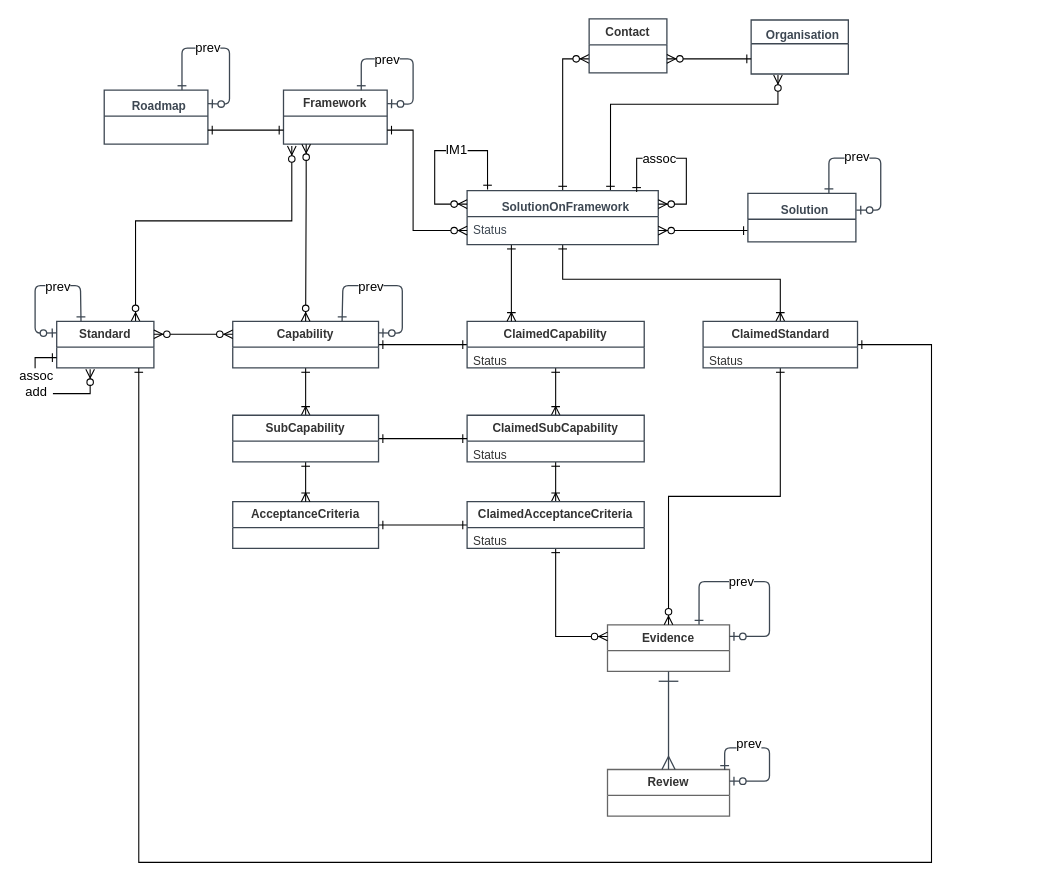
The draw.io diagram page "BC ERD" (1 of 9) of beta-private/api/NHSD.GPITF.BuyingCatalog/NHSD.GPITF.BuyingCatalog.Docs/BuyingCatalog.drawio in nhs-digital-gp-it-futures/NHSBuyingCatalogue, before the edit. Source tidied: cells renumbered, new cells numbered last; positions are measured from the earlier drawing's top-left corner, leaving out a move shared by most shapes. Both pictures are drawn from the tidied source at 108%, with x=0, y=0 at pixel (35, 18).
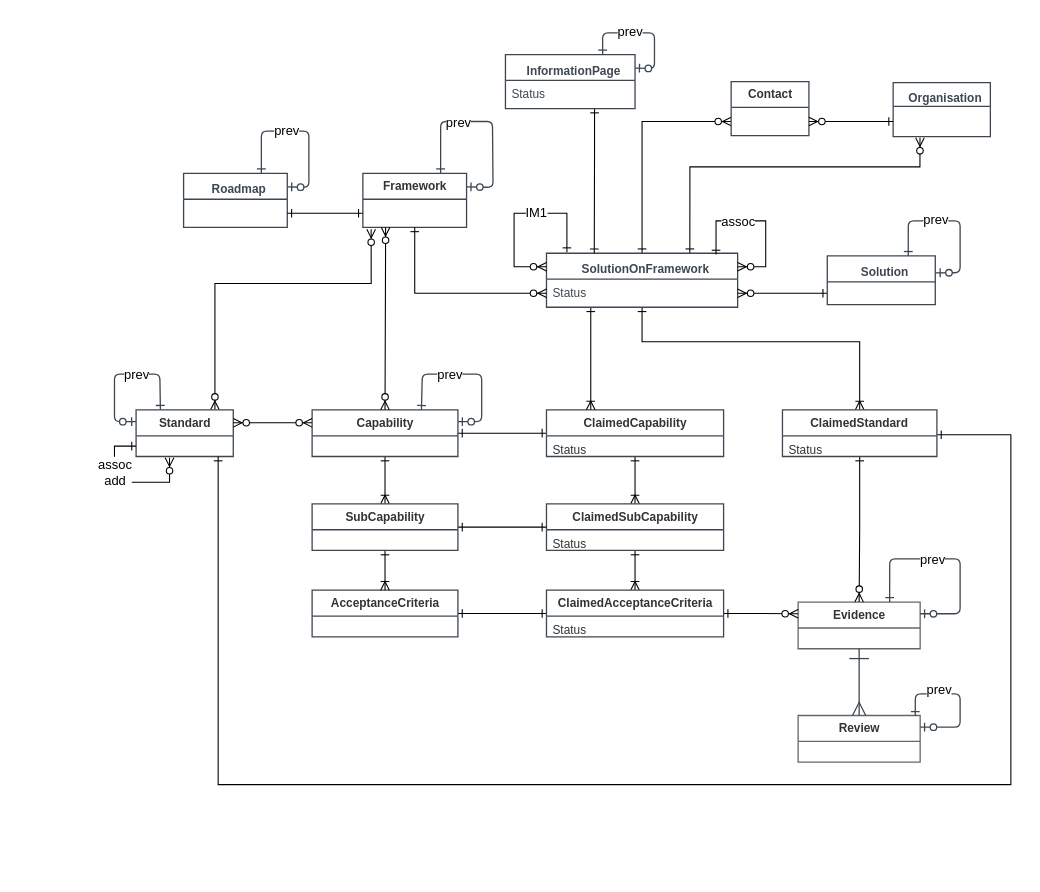
After the change.

Commit message:
- added InformationPage (formerly known as SolutionPage)

The change refers to these unchanged cells:
```xml
<mxCell id="13" style="strokeColor=none;align=left;verticalAlign=top;spacingLeft=4;spacingRight=4;overflow=hidden;points=[[0,0.5],[1,0.5]];portConstraint=eastwest;swimlaneFillColor=#ffffff;fontSize=11;fillColor=none;strokeOpacity=100;fillOpacity=100;" parent="12" vertex="1">
  <mxGeometry y="24" width="90" height="19.2" as="geometry" />
</mxCell>
<mxCell id="18" style="strokeColor=none;align=left;verticalAlign=top;spacingLeft=4;spacingRight=4;overflow=hidden;points=[[0,0.5],[1,0.5]];portConstraint=eastwest;swimlaneFillColor=#ffffff;fontSize=11;fillColor=none;strokeOpacity=100;fillOpacity=100;" parent="17" vertex="1">
  <mxGeometry y="24" width="96" height="26" as="geometry" />
</mxCell>
<mxCell id="41" value="Status" style="strokeColor=none;align=left;verticalAlign=top;spacingLeft=4;spacingRight=4;overflow=hidden;points=[[0,0.5],[1,0.5]];portConstraint=eastwest;swimlaneFillColor=#ffffff;fontSize=11;fontColor=#3d4752;fillColor=none;strokeOpacity=100;fillOpacity=100;" parent="40" vertex="1">
  <mxGeometry y="24" width="177" height="26" as="geometry" />
</mxCell>
<mxCell id="48" style="strokeColor=none;align=left;verticalAlign=top;spacingLeft=4;spacingRight=4;overflow=hidden;points=[[0,0.5],[1,0.5]];portConstraint=eastwest;swimlaneFillColor=#ffffff;fontSize=11;fillColor=none;strokeOpacity=100;fillOpacity=100;" parent="47" vertex="1">
  <mxGeometry y="22" width="90" height="28" as="geometry" />
</mxCell>
```

The edit, as a diff of the source:
```diff
@@
     <mxCell id="4" value="Capability" style="html=1;whiteSpace=wrap;swimlane;horizontal=1;swimlaneFillColor=#ffffff;startSize=24;strokeOpacity=100;fillOpacity=100;strokeColor=#3d4752;strokeWidth=1.2;fontSize=11;fontColor=#333333;align=center;fillColor=#ffffff;" parent="1" vertex="1">
-      <mxGeometry x="183" y="280" width="135" height="43.2" as="geometry" />
+      <mxGeometry x="256.5" y="362" width="135" height="43.2" as="geometry" />
     </mxCell>
@@
     <mxCell id="6" style="html=1;jettySize=18;fontSize=11;strokeColor=#3d4752;strokeOpacity=100;strokeWidth=1.2;rounded=1;arcSize=10;startArrow=ERone;startSize=6;endArrow=ERzeroToOne;endSize=6;entryX=1;entryY=0.25;entryDx=0;entryDy=0;exitX=0.75;exitY=0;exitDx=0;exitDy=0;" parent="1" edge="1" source="4" target="4">
       <mxGeometry relative="1" as="geometry">
         <Array as="points">
-          <mxPoint x="285" y="247" />
-          <mxPoint x="340" y="247" />
-          <mxPoint x="340" y="291" />
+          <mxPoint x="358.5" y="329" />
+          <mxPoint x="413.5" y="329" />
+          <mxPoint x="413.5" y="373" />
         </Array>
       </mxGeometry>
     </mxCell>
@@
     <mxCell id="9" value="ClaimedCapability" style="html=1;whiteSpace=wrap;swimlane;horizontal=1;swimlaneFillColor=#ffffff;startSize=24;strokeOpacity=100;fillOpacity=100;strokeColor=#3d4752;strokeWidth=1.2;fontSize=11;fontColor=#333333;align=center;fillColor=#ffffff;" parent="1" vertex="1">
-      <mxGeometry x="400" y="280" width="164" height="43.2" as="geometry" />
+      <mxGeometry x="473.5" y="362" width="164" height="43.2" as="geometry" />
     </mxCell>
@@
     <mxCell id="11" style="edgeStyle=orthogonalEdgeStyle;rounded=0;jettySize=auto;html=1;entryX=0.08;entryY=1.068;entryDx=0;entryDy=0;entryPerimeter=0;startArrow=ERzeroToMany;startFill=1;endArrow=ERzeroToMany;endFill=1;" parent="1" edge="1" source="12" target="18">
       <mxGeometry relative="1" as="geometry">
         <Array as="points">
-          <mxPoint x="93" y="187" />
-          <mxPoint x="238" y="187" />
+          <mxPoint x="166.5" y="245" />
+          <mxPoint x="311.5" y="245" />
         </Array>
       </mxGeometry>
     </mxCell>
     <mxCell id="12" value="Standard" style="html=1;whiteSpace=wrap;swimlane;horizontal=1;swimlaneFillColor=#ffffff;startSize=24;strokeOpacity=100;fillOpacity=100;strokeColor=#3d4752;strokeWidth=1.2;fontSize=11;fontColor=#333333;align=center;fillColor=#ffffff;" parent="1" vertex="1">
-      <mxGeometry x="20" y="280" width="90" height="43.2" as="geometry" />
+      <mxGeometry x="93.5" y="362" width="90" height="43.2" as="geometry" />
     </mxCell>
@@
     <mxCell id="17" value="Framework" style="html=1;whiteSpace=wrap;swimlane;horizontal=1;swimlaneFillColor=#ffffff;startSize=24;strokeOpacity=100;fillOpacity=100;strokeColor=#3d4752;strokeWidth=1.2;fontSize=11;fontColor=#333333;align=center;fillColor=#ffffff;" parent="1" vertex="1">
-      <mxGeometry x="230" y="66" width="96" height="50" as="geometry" />
+      <mxGeometry x="303.5" y="143" width="96" height="50" as="geometry" />
     </mxCell>
@@
     <mxCell id="19" style="html=1;jettySize=18;fontSize=11;strokeColor=#3d4752;strokeOpacity=100;strokeWidth=1.2;rounded=1;arcSize=10;startArrow=ERone;startSize=6;endArrow=ERzeroToOne;endSize=6;exitX=0.75;exitY=0;entryX=1;entryY=0.25;exitDx=0;exitDy=0;entryDx=0;entryDy=0;" parent="1" edge="1" source="17" target="17">
       <mxGeometry relative="1" as="geometry">
         <Array as="points">
-          <mxPoint x="302" y="37" />
-          <mxPoint x="350" y="37" />
-          <mxPoint x="350" y="79" />
+          <mxPoint x="375.5" y="95" />
+          <mxPoint x="423.5" y="95" />
+          <mxPoint x="424" y="156" />
         </Array>
       </mxGeometry>
     </mxCell>
@@
     <mxCell id="21" value="Evidence" style="html=1;whiteSpace=wrap;swimlane;horizontal=1;swimlaneFillColor=#ffffff;startSize=24;strokeOpacity=100;fillOpacity=100;strokeColor=#666666;strokeWidth=1.2;fontSize=11;fontColor=#333333;align=center;fillColor=#ffffff;" parent="1" vertex="1">
-      <mxGeometry x="530" y="561" width="113" height="43.2" as="geometry" />
+      <mxGeometry x="706.5" y="540" width="113" height="43.2" as="geometry" />
     </mxCell>
     <mxCell id="22" style="html=1;jettySize=18;fontSize=11;strokeColor=#3d4752;strokeOpacity=100;strokeWidth=1.2;rounded=1;arcSize=10;edgeStyle=orthogonalEdgeStyle;startArrow=ERone;startSize=6;endArrow=ERzeroToOne;endSize=6;exitX=0.75;exitY=0;entryX=1;entryY=0.25;entryDx=0;entryDy=0;exitDx=0;exitDy=0;" parent="1" edge="1" source="21" target="21">
       <mxGeometry relative="1" as="geometry">
         <Array as="points">
-          <mxPoint x="615" y="521" />
-          <mxPoint x="680" y="521" />
-          <mxPoint x="680" y="572" />
+          <mxPoint x="791.5" y="500" />
+          <mxPoint x="856.5" y="500" />
+          <mxPoint x="856.5" y="551" />
         </Array>
       </mxGeometry>
     </mxCell>
@@
     <mxCell id="24" value="Review" style="html=1;whiteSpace=wrap;swimlane;horizontal=1;swimlaneFillColor=#ffffff;startSize=24;strokeOpacity=100;fillOpacity=100;strokeColor=#666666;strokeWidth=1.2;fontSize=11;fontColor=#333333;align=center;fillColor=#ffffff;" parent="1" vertex="1">
-      <mxGeometry x="530" y="695" width="113" height="43.2" as="geometry" />
+      <mxGeometry x="706.5" y="645" width="113" height="43.2" as="geometry" />
     </mxCell>
@@
     <mxCell id="26" style="html=1;jettySize=18;fontSize=11;strokeColor=#3d4752;strokeOpacity=100;strokeWidth=1.2;rounded=1;arcSize=10;startArrow=ERone;startSize=6;endArrow=ERzeroToOne;endSize=6;entryX=1.004;entryY=0.347;entryPerimeter=0;exitX=0.75;exitY=0;exitDx=0;exitDy=0;entryDx=0;entryDy=0;" parent="1" edge="1" source="43" target="43">
       <mxGeometry relative="1" as="geometry">
         <Array as="points">
-          <mxPoint x="735" y="129" />
-          <mxPoint x="783" y="129" />
-          <mxPoint x="783" y="177" />
+          <mxPoint x="808.5" y="187" />
+          <mxPoint x="856.5" y="187" />
+          <mxPoint x="856.5" y="235" />
         </Array>
       </mxGeometry>
     </mxCell>
@@
     <mxCell id="29" value="AcceptanceCriteria" style="html=1;whiteSpace=wrap;swimlane;horizontal=1;swimlaneFillColor=#ffffff;startSize=24;strokeOpacity=100;fillOpacity=100;strokeColor=#3d4752;strokeWidth=1.2;fontSize=11;fontColor=#333333;align=center;fillColor=#ffffff;" parent="1" vertex="1">
-      <mxGeometry x="183" y="447" width="135" height="43.2" as="geometry" />
+      <mxGeometry x="256.5" y="529" width="135" height="43.2" as="geometry" />
     </mxCell>
@@
     <mxCell id="31" style="html=1;jettySize=18;fontSize=11;strokeColor=#3d4752;strokeOpacity=100;strokeWidth=1.2;rounded=1;arcSize=10;startArrow=ERone;startSize=6;endArrow=ERzeroToOne;endSize=6;exitX=0.75;exitY=0;exitDx=0;exitDy=0;entryX=1;entryY=0.25;entryDx=0;entryDy=0;" parent="1" edge="1" source="33" target="33">
       <mxGeometry relative="1" as="geometry">
         <Array as="points">
-          <mxPoint x="136" y="27" />
-          <mxPoint x="180" y="27" />
-          <mxPoint x="180" y="79" />
+          <mxPoint x="209.5" y="104" />
+          <mxPoint x="253.5" y="104" />
+          <mxPoint x="253.5" y="156" />
         </Array>
       </mxGeometry>
     </mxCell>
@@
     <mxCell id="33" value="Roadmap" style="html=1;whiteSpace=wrap;swimlane;horizontal=1;swimlaneFillColor=#ffffff;startSize=24;strokeOpacity=100;fillOpacity=100;strokeColor=#3d4752;strokeWidth=1.2;fontSize=11;fontColor=#3d4752;align=center;spacingLeft=6;spacingTop=6;fillColor=#ffffff;" parent="1" vertex="1">
-      <mxGeometry x="64" y="66" width="96" height="50" as="geometry" />
+      <mxGeometry x="137.5" y="143" width="96" height="50" as="geometry" />
     </mxCell>
@@
     <mxCell id="37" style="edgeStyle=orthogonalEdgeStyle;rounded=0;jettySize=auto;html=1;entryX=0.276;entryY=1.036;entryDx=0;entryDy=0;entryPerimeter=0;startArrow=ERone;startFill=0;endArrow=ERzeroToMany;endFill=1;exitX=0.75;exitY=0;exitDx=0;exitDy=0;" parent="1" edge="1" source="40" target="48">
       <mxGeometry relative="1" as="geometry">
         <Array as="points">
-          <mxPoint x="533" y="79" />
-          <mxPoint x="688" y="79" />
+          <mxPoint x="606.5" y="137" />
+          <mxPoint x="819.5" y="137" />
         </Array>
       </mxGeometry>
     </mxCell>
     <mxCell id="38" style="edgeStyle=orthogonalEdgeStyle;rounded=0;jettySize=auto;html=1;entryX=0.25;entryY=0;entryDx=0;entryDy=0;startArrow=ERone;startFill=0;startSize=6;endArrow=ERoneToMany;endFill=0;endSize=6;" parent="1" edge="1" source="40" target="9">
       <mxGeometry relative="1" as="geometry">
         <Array as="points">
-          <mxPoint x="441" y="261" />
-          <mxPoint x="441" y="261" />
+          <mxPoint x="514.5" y="319" />
+          <mxPoint x="514.5" y="319" />
         </Array>
       </mxGeometry>
     </mxCell>
     <mxCell id="39" style="edgeStyle=orthogonalEdgeStyle;rounded=0;jettySize=auto;html=1;entryX=0.5;entryY=0;entryDx=0;entryDy=0;startArrow=ERone;startFill=0;startSize=6;endArrow=ERoneToMany;endFill=0;endSize=6;" parent="1" edge="1" source="40" target="58">
       <mxGeometry relative="1" as="geometry">
         <Array as="points">
-          <mxPoint x="489" y="241" />
-          <mxPoint x="690" y="241" />
+          <mxPoint x="562.5" y="299" />
+          <mxPoint x="763.5" y="299" />
         </Array>
       </mxGeometry>
     </mxCell>
     <mxCell id="40" value="SolutionOnFramework" style="html=1;whiteSpace=wrap;swimlane;horizontal=1;swimlaneFillColor=#ffffff;startSize=24;strokeOpacity=100;fillOpacity=100;strokeColor=#3d4752;strokeWidth=1.2;fontSize=11;fontColor=#3d4752;align=center;spacingLeft=6;spacingTop=6;fillColor=#ffffff;" parent="1" vertex="1">
-      <mxGeometry x="400" y="159" width="177" height="50" as="geometry" />
+      <mxGeometry x="473.5" y="217" width="177" height="50" as="geometry" />
     </mxCell>
@@
     <mxCell id="43" value="Solution" style="html=1;whiteSpace=wrap;swimlane;horizontal=1;swimlaneFillColor=#ffffff;startSize=24;strokeOpacity=100;fillOpacity=100;strokeColor=#3d4752;strokeWidth=1.2;fontSize=11;fontColor=#3d4752;align=center;spacingLeft=6;spacingTop=6;fillColor=#ffffff;" parent="1" vertex="1">
-      <mxGeometry x="660" y="161.5" width="100" height="45" as="geometry" />
+      <mxGeometry x="733.5" y="219.5" width="100" height="45" as="geometry" />
     </mxCell>
@@
     <mxCell id="45" value="Contact" style="html=1;whiteSpace=wrap;swimlane;horizontal=1;swimlaneFillColor=#ffffff;startSize=24;strokeOpacity=100;fillOpacity=100;strokeColor=#3d4752;strokeWidth=1.2;fontSize=11;fontColor=#333333;align=center;fillColor=#ffffff;" parent="1" vertex="1">
-      <mxGeometry x="513" width="72" height="50" as="geometry" />
+      <mxGeometry x="644.5" y="58" width="72" height="50" as="geometry" />
     </mxCell>
@@
     <mxCell id="47" value="Organisation" style="html=1;whiteSpace=wrap;swimlane;horizontal=1;swimlaneFillColor=#ffffff;startSize=22;strokeOpacity=100;fillOpacity=100;strokeColor=#3d4752;strokeWidth=1.2;fontSize=11;fontColor=#3d4752;align=center;spacingLeft=6;spacingTop=6;fillColor=#ffffff;" parent="1" vertex="1">
-      <mxGeometry x="663" y="1" width="90" height="50" as="geometry" />
+      <mxGeometry x="794.5" y="59" width="90" height="50" as="geometry" />
     </mxCell>
@@
     <mxCell id="49" style="edgeStyle=orthogonalEdgeStyle;rounded=0;jettySize=auto;html=1;startArrow=ERone;startFill=0;endArrow=ERzeroToMany;endFill=1;entryX=0;entryY=0.5;entryDx=0;entryDy=0;" parent="1" edge="1" source="18" target="41">
       <mxGeometry relative="1" as="geometry">
         <Array as="points">
-          <mxPoint x="350" y="103" />
-          <mxPoint x="350" y="196" />
+          <mxPoint x="351.5" y="254" />
         </Array>
       </mxGeometry>
     </mxCell>
@@
     <mxCell id="51" style="edgeStyle=orthogonalEdgeStyle;rounded=0;orthogonalLoop=1;jettySize=auto;html=1;entryX=1;entryY=0.25;entryDx=0;entryDy=0;startArrow=ERone;startFill=0;endArrow=ERzeroToMany;endFill=1;exitX=0.887;exitY=0.024;exitDx=0;exitDy=0;exitPerimeter=0;" parent="1" edge="1" source="40" target="40">
       <mxGeometry relative="1" as="geometry">
         <Array as="points">
-          <mxPoint x="557" y="129" />
-          <mxPoint x="603" y="129" />
-          <mxPoint x="603" y="171" />
+          <mxPoint x="630.5" y="187" />
+          <mxPoint x="676.5" y="187" />
+          <mxPoint x="676.5" y="229" />
         </Array>
       </mxGeometry>
     </mxCell>
@@
     <mxCell id="53" style="edgeStyle=orthogonalEdgeStyle;rounded=0;orthogonalLoop=1;jettySize=auto;html=1;entryX=0;entryY=0.25;entryDx=0;entryDy=0;startArrow=ERone;startFill=0;endArrow=ERzeroToMany;endFill=1;exitX=0.107;exitY=-0.02;exitDx=0;exitDy=0;exitPerimeter=0;" parent="1" edge="1" source="40" target="40">
       <mxGeometry relative="1" as="geometry">
         <Array as="points">
-          <mxPoint x="419" y="122" />
-          <mxPoint x="370" y="122" />
-          <mxPoint x="370" y="171" />
+          <mxPoint x="492.5" y="180" />
+          <mxPoint x="443.5" y="180" />
+          <mxPoint x="443.5" y="229" />
         </Array>
       </mxGeometry>
     </mxCell>
@@
     <mxCell id="55" style="edgeStyle=orthogonalEdgeStyle;rounded=0;jettySize=auto;html=1;entryX=0.5;entryY=0;entryDx=0;entryDy=0;startArrow=ERzeroToMany;startFill=1;endArrow=ERzeroToMany;endFill=1;" parent="1" edge="1" source="18" target="4">
       <mxGeometry relative="1" as="geometry">
         <Array as="points">
-          <mxPoint x="251" y="157" />
-          <mxPoint x="251" y="157" />
+          <mxPoint x="324.5" y="215" />
+          <mxPoint x="324.5" y="215" />
         </Array>
       </mxGeometry>
     </mxCell>
@@
     <mxCell id="57" style="edgeStyle=orthogonalEdgeStyle;rounded=0;jettySize=auto;html=1;startArrow=ERone;startFill=0;startSize=6;endArrow=ERone;endFill=0;endSize=6;" parent="1" edge="1" source="58" target="13">
       <mxGeometry relative="1" as="geometry">
         <Array as="points">
-          <mxPoint x="830" y="302" />
-          <mxPoint x="830" y="781" />
-          <mxPoint x="96" y="781" />
+          <mxPoint x="903.5" y="385" />
+          <mxPoint x="903.5" y="709" />
+          <mxPoint x="169.5" y="709" />
         </Array>
       </mxGeometry>
     </mxCell>
     <mxCell id="58" value="ClaimedStandard" style="html=1;whiteSpace=wrap;swimlane;horizontal=1;swimlaneFillColor=#ffffff;startSize=24;strokeOpacity=100;fillOpacity=100;strokeColor=#3d4752;strokeWidth=1.2;fontSize=11;fontColor=#333333;align=center;fillColor=#ffffff;" parent="1" vertex="1">
-      <mxGeometry x="618.5" y="280" width="143" height="43.2" as="geometry" />
+      <mxGeometry x="692" y="362" width="143" height="43.2" as="geometry" />
     </mxCell>
@@
     <mxCell id="61" value="ClaimedSubCapability" style="html=1;whiteSpace=wrap;swimlane;horizontal=1;swimlaneFillColor=#ffffff;startSize=24;strokeOpacity=100;fillOpacity=100;strokeColor=#3d4752;strokeWidth=1.2;fontSize=11;fontColor=#333333;align=center;fillColor=#ffffff;" parent="1" vertex="1">
-      <mxGeometry x="400" y="367" width="164" height="43.2" as="geometry" />
+      <mxGeometry x="473.5" y="449" width="164" height="43.2" as="geometry" />
     </mxCell>
@@
     <mxCell id="64" value="ClaimedAcceptanceCriteria" style="html=1;whiteSpace=wrap;swimlane;horizontal=1;swimlaneFillColor=#ffffff;startSize=24;strokeOpacity=100;fillOpacity=100;strokeColor=#3d4752;strokeWidth=1.2;fontSize=11;fontColor=#333333;align=center;fillColor=#ffffff;" parent="1" vertex="1">
-      <mxGeometry x="400" y="447" width="164" height="43.2" as="geometry" />
+      <mxGeometry x="473.5" y="529" width="164" height="43.2" as="geometry" />
     </mxCell>
@@
     <mxCell id="68" value="SubCapability" style="html=1;whiteSpace=wrap;swimlane;horizontal=1;swimlaneFillColor=#ffffff;startSize=24;strokeOpacity=100;fillOpacity=100;strokeColor=#3d4752;strokeWidth=1.2;fontSize=11;fontColor=#333333;align=center;fillColor=#ffffff;" parent="1" vertex="1">
-      <mxGeometry x="183" y="367" width="135" height="43.2" as="geometry" />
+      <mxGeometry x="256.5" y="449" width="135" height="43.2" as="geometry" />
     </mxCell>
@@
     <mxCell id="70" style="html=1;jettySize=18;fontSize=11;strokeColor=#3d4752;strokeOpacity=100;strokeWidth=1.2;rounded=1;arcSize=10;startArrow=ERone;startSize=6;endArrow=ERzeroToOne;endSize=6;exitX=0.25;exitY=0;entryX=0;entryY=0.25;exitDx=0;exitDy=0;entryDx=0;entryDy=0;" parent="1" edge="1" source="12" target="12">
       <mxGeometry relative="1" as="geometry">
         <Array as="points">
-          <mxPoint x="42" y="247" />
-          <mxPoint y="247" />
-          <mxPoint y="291" />
+          <mxPoint x="115.5" y="329" />
+          <mxPoint x="73.5" y="329" />
+          <mxPoint x="73.5" y="373" />
         </Array>
       </mxGeometry>
     </mxCell>
@@
     <mxCell id="72" style="html=1;jettySize=18;fontSize=11;strokeColor=#3d4752;strokeOpacity=100;strokeWidth=1.2;rounded=1;arcSize=10;edgeStyle=orthogonalEdgeStyle;startArrow=ERone;startSize=6;endArrow=ERzeroToOne;endSize=6;exitX=0.96;exitY=0.013;exitPerimeter=0;entryX=1;entryY=0.25;entryDx=0;entryDy=0;" parent="1" edge="1" source="24" target="24">
       <mxGeometry relative="1" as="geometry">
         <Array as="points">
-          <mxPoint x="638" y="675" />
-          <mxPoint x="680" y="675" />
-          <mxPoint x="680" y="706" />
+          <mxPoint x="814.5" y="625" />
+          <mxPoint x="856.5" y="625" />
+          <mxPoint x="856.5" y="656" />
         </Array>
       </mxGeometry>
     </mxCell>
@@
+    <mxCell id="82" style="edgeStyle=orthogonalEdgeStyle;rounded=0;jettySize=auto;html=1;entryX=0.25;entryY=0;entryDx=0;entryDy=0;startArrow=ERone;startFill=0;endArrow=ERone;endFill=0;" parent="1" edge="1" source="83" target="40">
+      <mxGeometry relative="1" as="geometry">
+        <Array as="points">
+          <mxPoint x="518" y="121" />
+          <mxPoint x="518" y="121" />
+        </Array>
+      </mxGeometry>
+    </mxCell>
+    <mxCell id="83" value="InformationPage" style="html=1;whiteSpace=wrap;swimlane;horizontal=1;swimlaneFillColor=#ffffff;startSize=24;strokeOpacity=100;fillOpacity=100;strokeColor=#3d4752;strokeWidth=1.2;fontSize=11;fontColor=#3d4752;align=center;spacingLeft=6;spacingTop=6;fillColor=#ffffff;" parent="1" vertex="1">
+      <mxGeometry x="435.5" y="33" width="120" height="50" as="geometry" />
+    </mxCell>
+    <mxCell id="84" value="Status" style="strokeColor=none;align=left;verticalAlign=top;spacingLeft=4;spacingRight=4;overflow=hidden;swimlaneFillColor=#ffffff;fontSize=11;fontColor=#3d4752;fillColor=none;strokeOpacity=100;fillOpacity=100;" parent="83" vertex="1">
+      <mxGeometry y="24" width="120" height="26" as="geometry" />
+    </mxCell>
+    <mxCell id="85" style="html=1;jettySize=18;fontSize=11;strokeColor=#3d4752;strokeOpacity=100;strokeWidth=1.2;rounded=1;arcSize=10;startArrow=ERone;startSize=6;endArrow=ERzeroToOne;endSize=6;entryX=1;entryY=0.25;exitX=0.75;exitY=0;exitDx=0;exitDy=0;entryDx=0;entryDy=0;" parent="1" edge="1" source="83" target="83">
+      <mxGeometry relative="1" as="geometry">
+        <Array as="points">
+          <mxPoint x="525.5" y="13" />
+          <mxPoint x="573.5" y="13" />
+          <mxPoint x="573.5" y="46" />
+        </Array>
+      </mxGeometry>
+    </mxCell>
+    <mxCell id="86" value="prev" style="text;html=1;align=center;verticalAlign=middle;labelBackgroundColor=#ffffff;" parent="85" vertex="1">
+      <mxGeometry x="-0.18" y="1" relative="1" as="geometry">
+        <mxPoint x="-4.5" y="-1" as="offset" />
+      </mxGeometry>
+    </mxCell>
```
